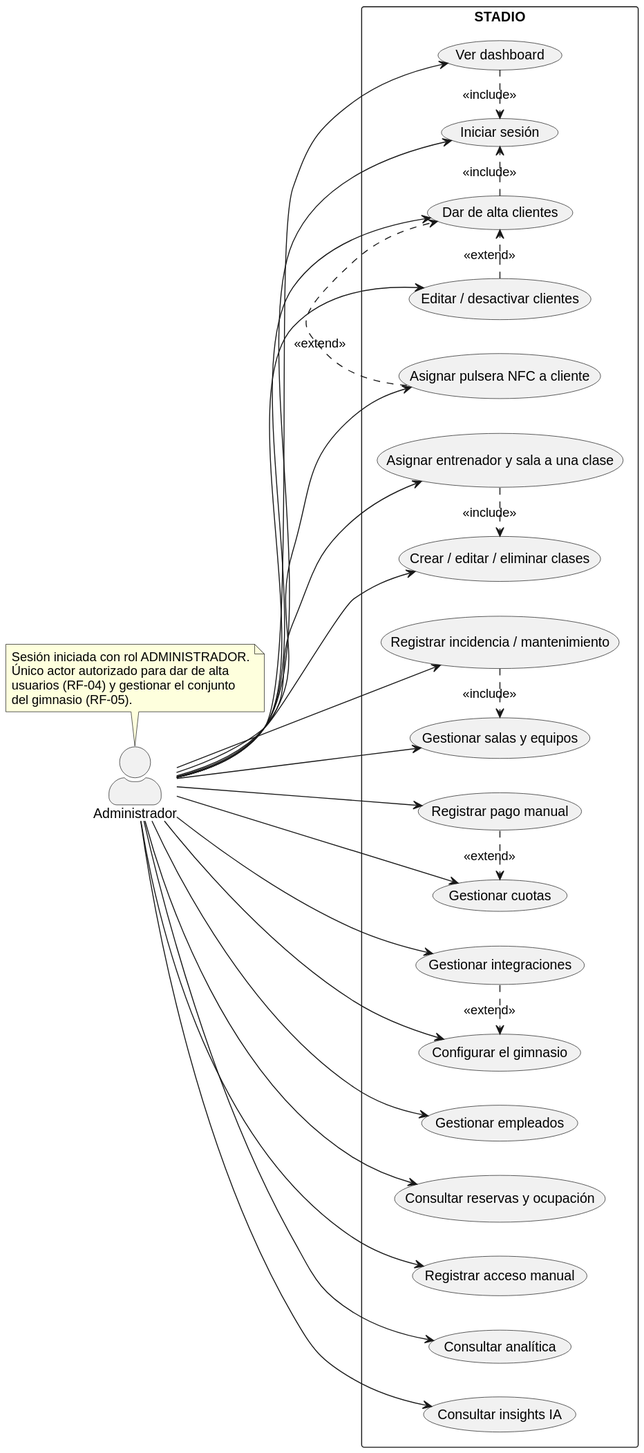
iis8-ua/stadio keeps this PlantUML diagram as docs/diagramas/casos-uso/_render/administrador.svg. Above is the earlier version. Source of this version:
```plantuml
@startuml
left to right direction
skinparam actorStyle awesome
skinparam defaultFontName "Arial"

actor "Administrador" as Admin

rectangle "STADIO" {
  usecase "Iniciar sesión" as UC_Login
  usecase "Ver dashboard" as UC_Dash
  usecase "Dar de alta clientes" as UC_AltaCl
  usecase "Editar / desactivar clientes" as UC_EditCl
  usecase "Asignar pulsera NFC a cliente" as UC_NFC
  usecase "Gestionar empleados" as UC_Empleados
  usecase "Crear / editar / eliminar clases" as UC_Clases
  usecase "Asignar entrenador y sala a una clase" as UC_AsignarCl
  usecase "Consultar reservas y ocupación" as UC_Reservas
  usecase "Gestionar cuotas" as UC_Cuotas
  usecase "Registrar pago manual" as UC_PagoMan
  usecase "Registrar acceso manual" as UC_AccMan
  usecase "Gestionar salas y equipos" as UC_Instal
  usecase "Registrar incidencia / mantenimiento" as UC_Inc
  usecase "Consultar analítica" as UC_Analitica
  usecase "Consultar insights IA" as UC_IA
  usecase "Configurar el gimnasio" as UC_Conf
  usecase "Gestionar integraciones" as UC_Integ
}

Admin --> UC_Login
Admin --> UC_Dash
Admin --> UC_AltaCl
Admin --> UC_EditCl
Admin --> UC_NFC
Admin --> UC_Empleados
Admin --> UC_Clases
Admin --> UC_AsignarCl
Admin --> UC_Reservas
Admin --> UC_Cuotas
Admin --> UC_PagoMan
Admin --> UC_AccMan
Admin --> UC_Instal
Admin --> UC_Inc
Admin --> UC_Analitica
Admin --> UC_IA
Admin --> UC_Conf
Admin --> UC_Integ

note top of Admin
  Sesión iniciada con rol ADMINISTRADOR.
  Único actor autorizado para dar de alta
  usuarios (RF-04) y gestionar el conjunto
  del gimnasio (RF-05).
end note

UC_Dash .> UC_Login : <<include>>
UC_AltaCl .> UC_Login : <<include>>
UC_EditCl .> UC_AltaCl : <<extend>>
UC_NFC .> UC_AltaCl : <<extend>>
UC_AsignarCl .> UC_Clases : <<include>>
UC_Inc .> UC_Instal : <<include>>
UC_PagoMan .> UC_Cuotas : <<extend>>
UC_Integ .> UC_Conf : <<extend>>
@enduml
```
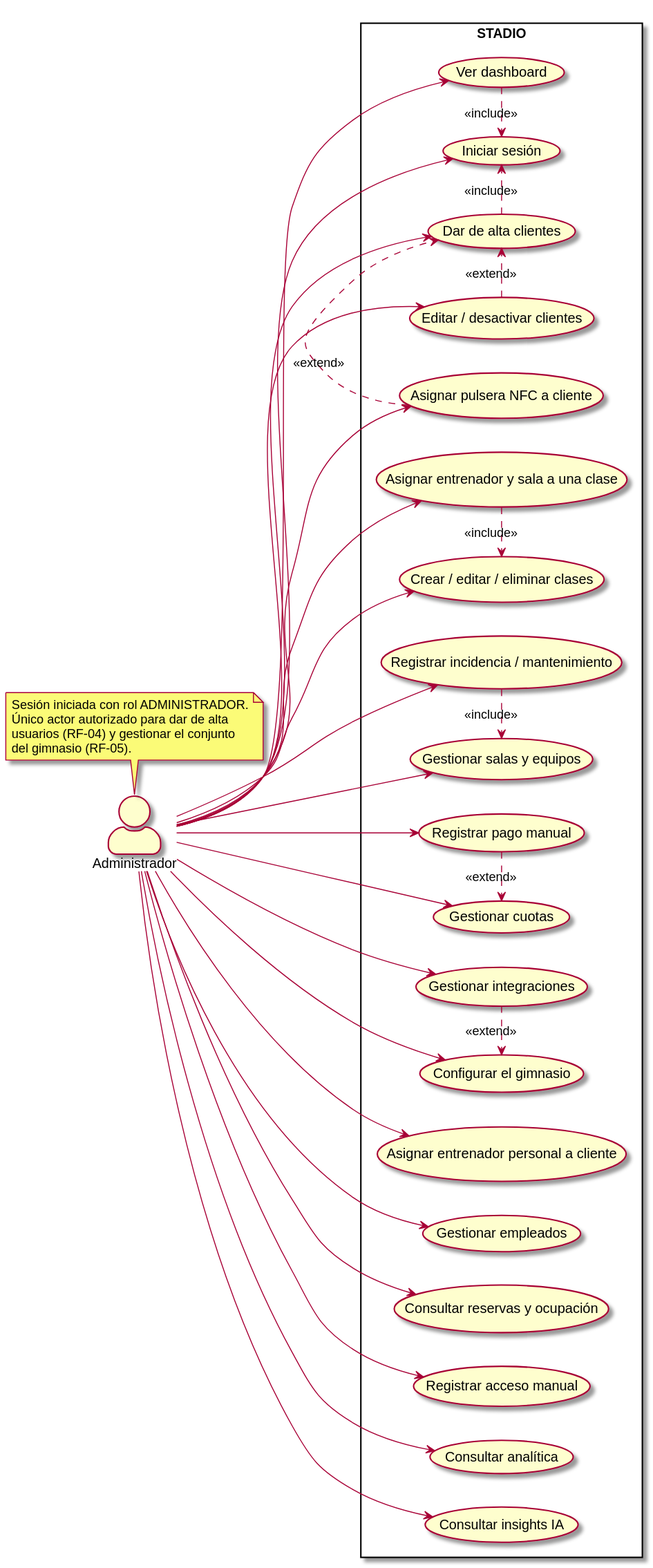
The same file after the commit.

The edit, as a diff of the source:
```diff
@@ -11,6 +11,7 @@
   usecase "Dar de alta clientes" as UC_AltaCl
   usecase "Editar / desactivar clientes" as UC_EditCl
   usecase "Asignar pulsera NFC a cliente" as UC_NFC
+  usecase "Asignar entrenador personal a cliente" as UC_AsigEnt
   usecase "Gestionar empleados" as UC_Empleados
   usecase "Crear / editar / eliminar clases" as UC_Clases
   usecase "Asignar entrenador y sala a una clase" as UC_AsignarCl
@@ -31,6 +32,7 @@
 Admin --> UC_AltaCl
 Admin --> UC_EditCl
 Admin --> UC_NFC
+Admin --> UC_AsigEnt
 Admin --> UC_Empleados
 Admin --> UC_Clases
 Admin --> UC_AsignarCl
@@ -60,4 +62,5 @@
 UC_Inc .> UC_Instal : <<include>>
 UC_PagoMan .> UC_Cuotas : <<extend>>
 UC_Integ .> UC_Conf : <<extend>>
+
 @enduml
```
